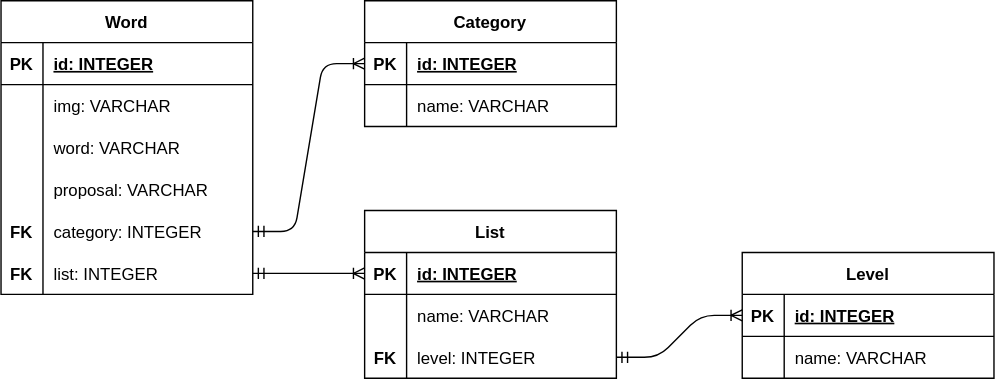
The draw.io diagram docs_project/Nos documents/Diagramme BDD.svg in fmotot/Devinet, before a commit. Source tidied: cells renumbered, new cells last; positions are measured from the earlier drawing's top-left corner, leaving out a move shared by most shapes.
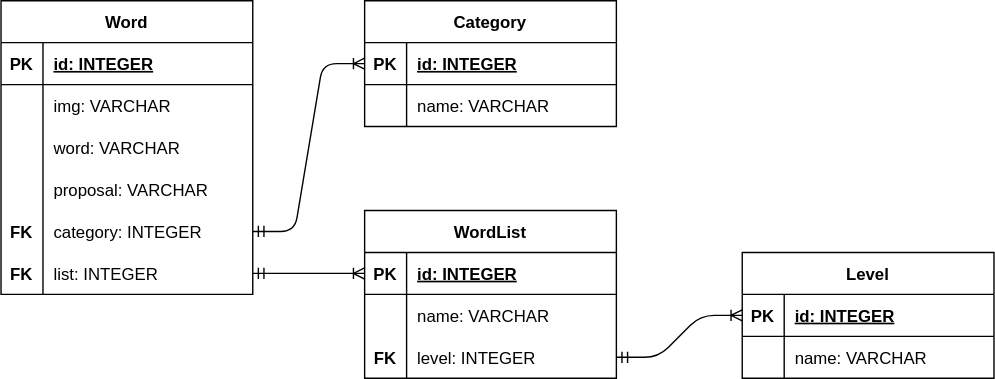
The same diagram one commit later.

Commit message:
Modification schéma de BDD

What changed in the source:
```diff
@@ -11,7 +11,7 @@
     <mxCell id="4" style="edgeStyle=entityRelationEdgeStyle;fontSize=12;html=1;endArrow=ERoneToMany;startArrow=ERmandOne;exitX=1;exitY=0.5;exitDx=0;exitDy=0;entryX=0;entryY=0.5;entryDx=0;entryDy=0;" parent="1" edge="1" source="12" target="23">
       <mxGeometry relative="1" as="geometry" />
     </mxCell>
-    <mxCell id="5" value="List" style="shape=table;startSize=30;rowLines=0;fontStyle=1;align=center;" parent="1" vertex="1">
+    <mxCell id="5" value="WordList" style="shape=table;startSize=30;rowLines=0;fontStyle=1;align=center;" parent="1" vertex="1">
       <mxGeometry x="260" y="150" width="180" height="120" as="geometry" />
     </mxCell>
     <mxCell id="6" style="shape=partialRectangle;fillColor=none;top=0;left=0;bottom=1;right=0;points=[[0,0.5],[1,0.5]];portConstraint=eastwest;" parent="5" vertex="1">
```
